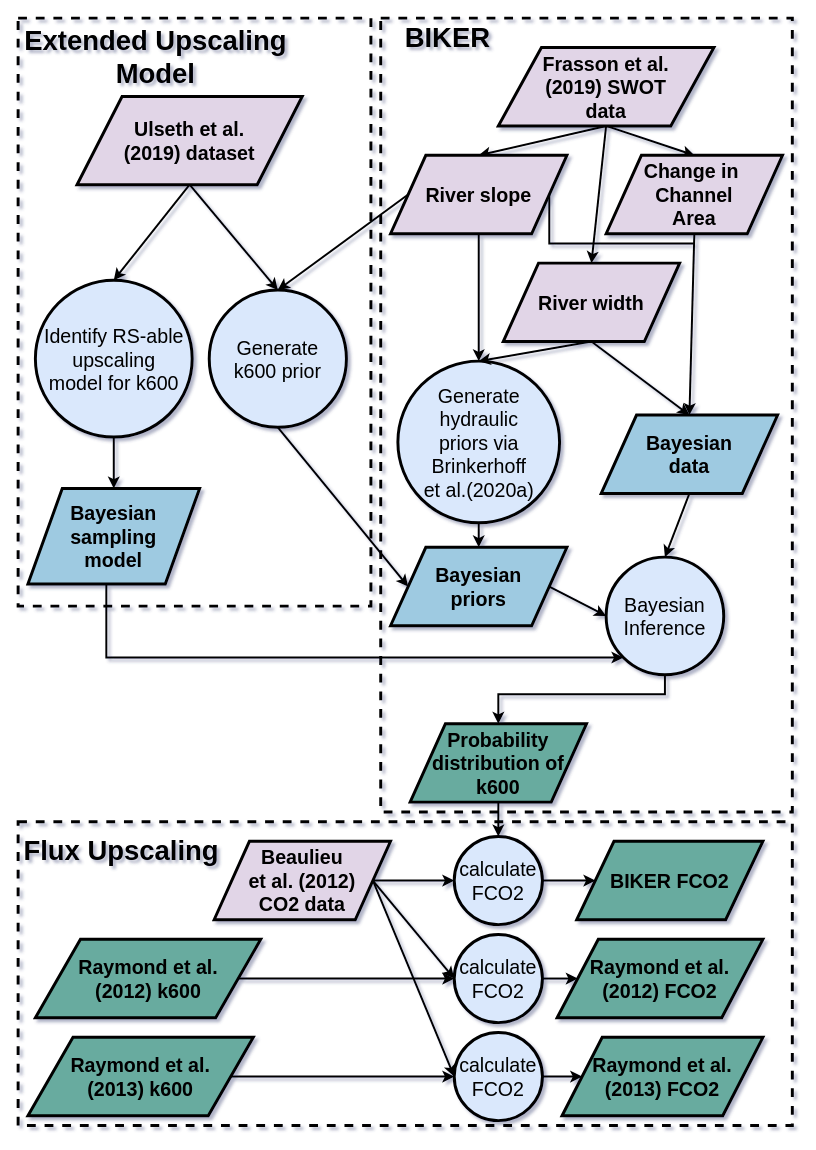
Before: flowchart.drawio in craigbrinkerhoff/RSK600, a draw.io diagram. Source tidied: cells renumbered, new cells numbered last; positions are measured from the earlier drawing's top-left corner, leaving out a move shared by most shapes. Both pictures are drawn from the tidied source at 98%, with x=0, y=0 at pixel (18, 18).
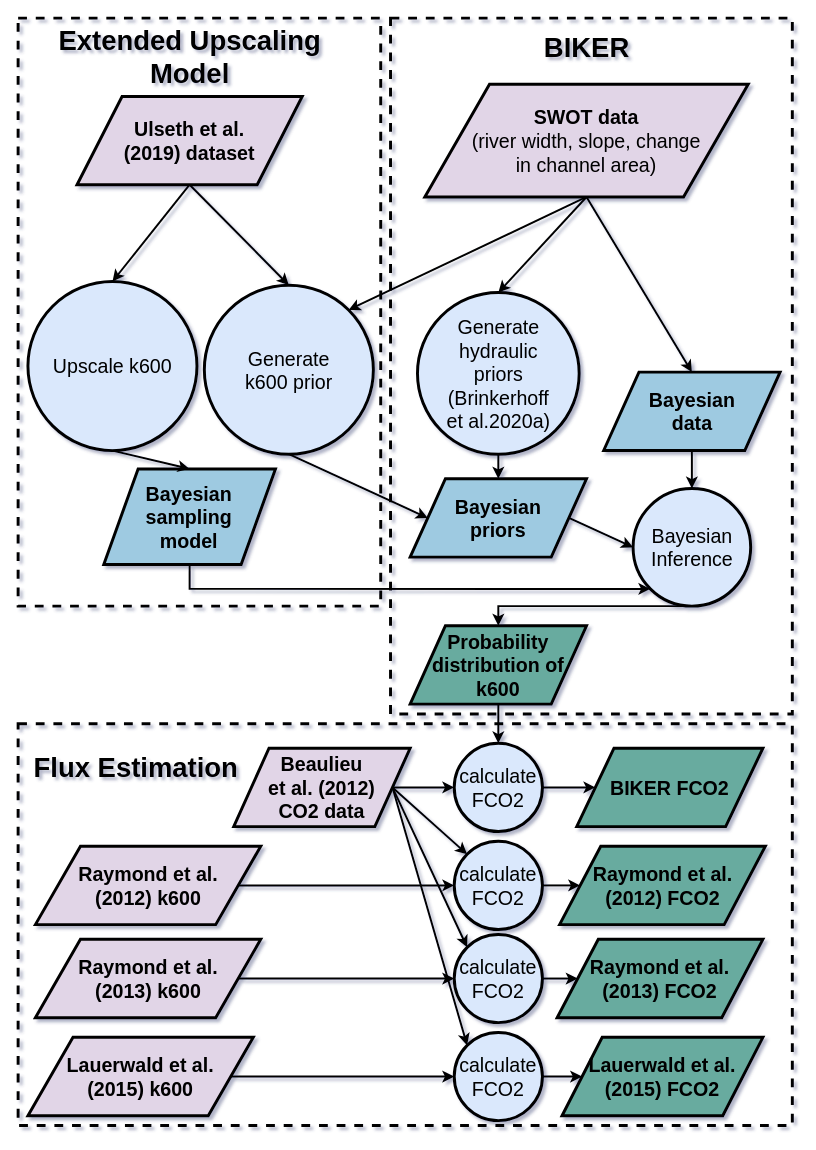
After the change.

The change refers to these unchanged cells:
```xml
<mxCell id="2" value="calculate FCO2" style="ellipse;whiteSpace=wrap;html=1;fontSize=20;strokeWidth=3;fillColor=#dae8fc;strokeColor=#000000;" parent="1" vertex="1">
  <mxGeometry x="445" y="1035" width="90" height="90" as="geometry" />
</mxCell>
<mxCell id="3" value="calculate FCO2" style="ellipse;whiteSpace=wrap;html=1;fontSize=20;strokeWidth=3;fillColor=#dae8fc;strokeColor=#000000;" parent="1" vertex="1">
  <mxGeometry x="445" y="935" width="90" height="90" as="geometry" />
</mxCell>
```

What changed in the source:
```diff
@@
+    <mxCell id="5" style="rounded=0;whiteSpace=wrap;html=1;dashed=1;fillColor=none;strokeWidth=3;" parent="1" vertex="1">
+      <mxGeometry y="720" width="790" height="410" as="geometry" />
+    </mxCell>
@@
     <mxCell id="4" style="rounded=0;whiteSpace=wrap;html=1;dashed=1;fillColor=none;strokeWidth=3;" parent="1" vertex="1">
-      <mxGeometry x="370" width="420" height="810" as="geometry" />
+      <mxGeometry x="380" width="410" height="710" as="geometry" />
     </mxCell>
-    <mxCell id="5" style="rounded=0;whiteSpace=wrap;html=1;dashed=1;fillColor=none;strokeWidth=3;" parent="1" vertex="1">
-      <mxGeometry y="820" width="790" height="310" as="geometry" />
-    </mxCell>
     <mxCell id="6" style="rounded=0;whiteSpace=wrap;html=1;dashed=1;fillColor=none;strokeWidth=3;" parent="1" vertex="1">
-      <mxGeometry width="360" height="600" as="geometry" />
+      <mxGeometry width="370" height="600" as="geometry" />
     </mxCell>
@@
-    <mxCell id="10" style="rounded=0;jettySize=auto;html=1;exitX=0.5;exitY=1;exitDx=0;exitDy=0;entryX=0.5;entryY=0;entryDx=0;entryDy=0;fontSize=20;strokeWidth=2;" parent="1" edge="1" source="11" target="13">
-      <mxGeometry relative="1" as="geometry" />
-    </mxCell>
-    <mxCell id="11" value="Identify RS-able upscaling&lt;br&gt;model for k600" style="ellipse;whiteSpace=wrap;html=1;fontSize=20;strokeWidth=3;fillColor=#dae8fc;strokeColor=#000000;" parent="1" vertex="1">
-      <mxGeometry x="17.6" y="267.5" width="160" height="160" as="geometry" />
-    </mxCell>
     <mxCell id="12" style="edgeStyle=orthogonalEdgeStyle;rounded=0;jettySize=auto;html=1;exitX=0.5;exitY=1;exitDx=0;exitDy=0;entryX=0;entryY=1;entryDx=0;entryDy=0;endArrow=classic;endFill=1;strokeWidth=2;" parent="1" edge="1" source="13" target="30">
       <mxGeometry relative="1" as="geometry">
         <Array as="points">
-          <mxPoint x="90" y="652" />
+          <mxPoint x="175" y="582" />
         </Array>
       </mxGeometry>
     </mxCell>
     <mxCell id="13" value="Bayesian&lt;br&gt;sampling&lt;br&gt;model" style="shape=parallelogram;perimeter=parallelogramPerimeter;whiteSpace=wrap;html=1;strokeColor=#000000;fontSize=20;fontStyle=1;strokeWidth=3;fillColor=#9ECAE1;" parent="1" vertex="1">
-      <mxGeometry x="10" y="480" width="175.2" height="97.5" as="geometry" />
+      <mxGeometry x="87.4" y="460" width="175.2" height="97.5" as="geometry" />
     </mxCell>
-    <mxCell id="14" style="rounded=0;jettySize=auto;html=1;exitX=0.5;exitY=1;exitDx=0;exitDy=0;entryX=0.5;entryY=0;entryDx=0;entryDy=0;strokeWidth=2;" parent="1" edge="1" source="17" target="24">
-      <mxGeometry relative="1" as="geometry" />
-    </mxCell>
-    <mxCell id="15" style="rounded=0;jettySize=auto;html=1;exitX=0.5;exitY=1;exitDx=0;exitDy=0;entryX=0.5;entryY=0;entryDx=0;entryDy=0;strokeWidth=2;" parent="1" edge="1" source="17" target="28">
-      <mxGeometry relative="1" as="geometry" />
-    </mxCell>
-    <mxCell id="16" style="rounded=0;jettySize=auto;html=1;exitX=0.5;exitY=1;exitDx=0;exitDy=0;entryX=0.5;entryY=0;entryDx=0;entryDy=0;strokeWidth=2;" parent="1" edge="1" source="17" target="26">
-      <mxGeometry relative="1" as="geometry" />
-    </mxCell>
+    <mxCell id="58" style="rounded=0;jettySize=auto;html=1;exitX=0.5;exitY=1;exitDx=0;exitDy=0;entryX=0.5;entryY=0;entryDx=0;entryDy=0;endArrow=classic;endFill=1;strokeWidth=2;" parent="1" edge="1" source="17" target="43">
+      <mxGeometry relative="1" as="geometry" />
+    </mxCell>
-    <mxCell id="17" value="&lt;font style=&quot;font-size: 20px&quot;&gt;&lt;b&gt;Frasson et al.&lt;br&gt;(2019) SWOT&lt;br&gt;data&lt;/b&gt;&lt;/font&gt;" style="shape=parallelogram;perimeter=parallelogramPerimeter;whiteSpace=wrap;html=1;strokeWidth=3;fillColor=#e1d5e7;" parent="1" vertex="1">
-      <mxGeometry x="490" y="30" width="220" height="80" as="geometry" />
+    <mxCell id="17" value="&lt;font style=&quot;font-size: 20px&quot;&gt;&lt;b&gt;SWOT&amp;nbsp;&lt;/b&gt;&lt;b&gt;data&lt;/b&gt;&lt;br&gt;(river width, slope, change&lt;br&gt;in channel area)&lt;br&gt;&lt;/font&gt;" style="shape=parallelogram;perimeter=parallelogramPerimeter;whiteSpace=wrap;html=1;strokeWidth=3;fillColor=#e1d5e7;" parent="1" vertex="1">
+      <mxGeometry x="415" y="67.5" width="330" height="115" as="geometry" />
     </mxCell>
     <mxCell id="18" value="&lt;font style=&quot;font-size: 28px&quot;&gt;&lt;b&gt;BIKER&lt;/b&gt;&lt;/font&gt;" style="text;html=1;align=center;verticalAlign=middle;" parent="1" vertex="1">
-      <mxGeometry x="387.5" y="10" width="100" height="20" as="geometry" />
+      <mxGeometry x="530" y="20" width="100" height="20" as="geometry" />
     </mxCell>
     <mxCell id="19" value="&lt;b style=&quot;font-size: 28px&quot;&gt;&lt;font style=&quot;font-size: 28px&quot;&gt;&lt;font style=&quot;font-size: 28px&quot;&gt;Extended Upscaling&lt;br&gt;Model&lt;/font&gt;&lt;/font&gt;&lt;/b&gt;" style="text;html=1;align=center;verticalAlign=middle;" parent="1" vertex="1">
-      <mxGeometry y="20" width="280" height="40" as="geometry" />
+      <mxGeometry x="35" y="20" width="280" height="40" as="geometry" />
     </mxCell>
-    <mxCell id="20" style="edgeStyle=none;rounded=0;jettySize=auto;html=1;exitX=0.5;exitY=1;exitDx=0;exitDy=0;entryX=0.5;entryY=0;entryDx=0;entryDy=0;endArrow=classic;endFill=1;strokeWidth=2;" parent="1" edge="1" target="41">
-      <mxGeometry relative="1" as="geometry">
-        <mxPoint x="490" y="770" as="sourcePoint" />
-      </mxGeometry>
+    <mxCell id="20" style="edgeStyle=none;rounded=0;jettySize=auto;html=1;exitX=0.5;exitY=1;exitDx=0;exitDy=0;entryX=0.5;entryY=0;entryDx=0;entryDy=0;endArrow=classic;endFill=1;strokeWidth=2;" parent="1" edge="1" source="21" target="41">
+      <mxGeometry relative="1" as="geometry" />
     </mxCell>
     <mxCell id="21" value="&lt;span style=&quot;font-size: 20px&quot;&gt;&lt;b&gt;Probability distribution of k600&lt;br&gt;&lt;/b&gt;&lt;/span&gt;" style="shape=parallelogram;perimeter=parallelogramPerimeter;whiteSpace=wrap;html=1;strokeColor=#000000;strokeWidth=3;fillColor=#67AB9F;" parent="1" vertex="1">
-      <mxGeometry x="400" y="720" width="180" height="80" as="geometry" />
+      <mxGeometry x="400" y="620" width="180" height="80" as="geometry" />
     </mxCell>
-    <mxCell id="22" style="rounded=0;jettySize=auto;html=1;exitX=0.5;exitY=1;exitDx=0;exitDy=0;entryX=0.5;entryY=0;entryDx=0;entryDy=0;strokeWidth=2;" parent="1" edge="1" source="24" target="32">
-      <mxGeometry relative="1" as="geometry" />
-    </mxCell>
-    <mxCell id="23" style="edgeStyle=orthogonalEdgeStyle;rounded=0;jettySize=auto;html=1;exitX=1;exitY=0.5;exitDx=0;exitDy=0;endArrow=none;endFill=0;strokeWidth=2;" parent="1" edge="1" source="24">
-      <mxGeometry relative="1" as="geometry">
-        <mxPoint x="690" y="230" as="targetPoint" />
-        <Array as="points">
-          <mxPoint x="542" y="230" />
-        </Array>
-      </mxGeometry>
-    </mxCell>
-    <mxCell id="24" value="&lt;font style=&quot;font-size: 20px&quot;&gt;&lt;b&gt;River slope&lt;/b&gt;&lt;/font&gt;" style="shape=parallelogram;perimeter=parallelogramPerimeter;whiteSpace=wrap;html=1;fillColor=#e1d5e7;strokeColor=#000000;strokeWidth=3;" parent="1" vertex="1">
-      <mxGeometry x="380" y="140" width="180" height="80" as="geometry" />
-    </mxCell>
-    <mxCell id="25" style="edgeStyle=none;rounded=0;jettySize=auto;html=1;exitX=0.5;exitY=1;exitDx=0;exitDy=0;strokeWidth=2;endArrow=none;endFill=0;" parent="1" edge="1" source="43">
-      <mxGeometry relative="1" as="geometry">
-        <mxPoint x="690" y="470" as="targetPoint" />
-      </mxGeometry>
-    </mxCell>
-    <mxCell id="26" value="&lt;font style=&quot;font-size: 20px&quot;&gt;&lt;b&gt;River width&lt;/b&gt;&lt;/font&gt;" style="shape=parallelogram;perimeter=parallelogramPerimeter;whiteSpace=wrap;html=1;fillColor=#e1d5e7;strokeColor=#000000;strokeWidth=3;" parent="1" vertex="1">
-      <mxGeometry x="495" y="250" width="180" height="80" as="geometry" />
-    </mxCell>
-    <mxCell id="27" value="Generate&lt;br&gt;k600 prior" style="ellipse;whiteSpace=wrap;html=1;fontSize=20;strokeWidth=3;fillColor=#dae8fc;strokeColor=#000000;" parent="1" vertex="1">
-      <mxGeometry x="195" y="277.5" width="140" height="140" as="geometry" />
-    </mxCell>
-    <mxCell id="28" value="&lt;span style=&quot;font-size: 20px&quot;&gt;&lt;b&gt;Change in&amp;nbsp;&lt;br&gt;Channel&lt;br&gt;Area&lt;/b&gt;&lt;/span&gt;" style="shape=parallelogram;perimeter=parallelogramPerimeter;whiteSpace=wrap;html=1;fillColor=#e1d5e7;strokeColor=#000000;strokeWidth=3;" parent="1" vertex="1">
-      <mxGeometry x="600" y="140" width="180" height="80" as="geometry" />
-    </mxCell>
-    <mxCell id="29" style="edgeStyle=orthogonalEdgeStyle;rounded=0;jettySize=auto;html=1;exitX=0.5;exitY=1;exitDx=0;exitDy=0;strokeWidth=2;entryX=0.5;entryY=0;entryDx=0;entryDy=0;" parent="1" edge="1" source="30" target="21">
+    <mxCell id="29" style="edgeStyle=orthogonalEdgeStyle;rounded=0;jettySize=auto;html=1;exitX=0.5;exitY=1;exitDx=0;exitDy=0;entryX=0.5;entryY=0;entryDx=0;entryDy=0;strokeWidth=2;" parent="1" edge="1" source="30" target="21">
       <mxGeometry relative="1" as="geometry">
         <Array as="points">
-          <mxPoint x="660" y="690" />
-          <mxPoint x="490" y="690" />
+          <mxPoint x="490" y="600" />
         </Array>
       </mxGeometry>
     </mxCell>
     <mxCell id="30" value="&lt;font style=&quot;font-size: 20px&quot;&gt;Bayesian Inference&lt;/font&gt;" style="ellipse;whiteSpace=wrap;html=1;fontSize=20;strokeWidth=3;fillColor=#dae8fc;strokeColor=#000000;" parent="1" vertex="1">
-      <mxGeometry x="600" y="550" width="120" height="120" as="geometry" />
+      <mxGeometry x="627.5" y="480" width="120" height="120" as="geometry" />
     </mxCell>
@@
-    <mxCell id="32" value="Generate hydraulic&lt;br&gt;priors via Brinkerhoff&lt;br&gt;et al.(2020a)" style="ellipse;whiteSpace=wrap;html=1;fontSize=20;strokeWidth=3;fillColor=#dae8fc;strokeColor=#000000;" parent="1" vertex="1">
-      <mxGeometry x="387.5" y="350" width="165" height="165" as="geometry" />
+    <mxCell id="32" value="Generate hydraulic&lt;br&gt;priors&lt;br&gt;(Brinkerhoff&lt;br&gt;et al.2020a)" style="ellipse;whiteSpace=wrap;html=1;fontSize=20;strokeWidth=3;fillColor=#dae8fc;strokeColor=#000000;" parent="1" vertex="1">
+      <mxGeometry x="407.5" y="280" width="165" height="165" as="geometry" />
     </mxCell>
     <mxCell id="33" value="&lt;span style=&quot;font-size: 20px&quot;&gt;&lt;b&gt;Bayesian&lt;br&gt;priors&lt;/b&gt;&lt;/span&gt;" style="shape=parallelogram;perimeter=parallelogramPerimeter;whiteSpace=wrap;html=1;fillColor=#9ecae1;strokeColor=#000000;strokeWidth=3;" parent="1" vertex="1">
-      <mxGeometry x="380" y="540" width="180" height="80" as="geometry" />
+      <mxGeometry x="400" y="470" width="180" height="80" as="geometry" />
     </mxCell>
-    <mxCell id="34" style="rounded=0;jettySize=auto;html=1;exitX=0;exitY=0.5;exitDx=0;exitDy=0;entryX=0.5;entryY=0;entryDx=0;entryDy=0;strokeWidth=2;" parent="1" edge="1" source="24" target="27">
-      <mxGeometry relative="1" as="geometry" />
-    </mxCell>
-    <mxCell id="35" value="&lt;span style=&quot;font-size: 28px&quot;&gt;&lt;b&gt;Flux Upscaling&lt;/b&gt;&lt;/span&gt;" style="text;html=1;align=center;verticalAlign=middle;" parent="1" vertex="1">
-      <mxGeometry y="840" width="210" height="20" as="geometry" />
+    <mxCell id="35" value="&lt;span style=&quot;font-size: 28px&quot;&gt;&lt;b&gt;Flux Estimation&lt;/b&gt;&lt;/span&gt;" style="text;html=1;align=center;verticalAlign=middle;" parent="1" vertex="1">
+      <mxGeometry x="10" y="755" width="220" height="20" as="geometry" />
     </mxCell>
@@
-    <mxCell id="37" style="rounded=0;jettySize=auto;html=1;exitX=1;exitY=0.5;exitDx=0;exitDy=0;entryX=0;entryY=0.5;entryDx=0;entryDy=0;endArrow=classic;endFill=1;strokeWidth=2;" parent="1" edge="1" source="39" target="3">
+    <mxCell id="37" style="rounded=0;jettySize=auto;html=1;exitX=1;exitY=0.5;exitDx=0;exitDy=0;endArrow=classic;endFill=1;strokeWidth=2;entryX=0;entryY=0;entryDx=0;entryDy=0;" parent="1" edge="1" source="39" target="3">
       <mxGeometry relative="1" as="geometry" />
     </mxCell>
-    <mxCell id="38" style="edgeStyle=none;rounded=0;jettySize=auto;html=1;exitX=1;exitY=0.5;exitDx=0;exitDy=0;entryX=0;entryY=0.5;entryDx=0;entryDy=0;endArrow=classic;endFill=1;strokeWidth=2;" parent="1" edge="1" source="39" target="2">
+    <mxCell id="38" style="edgeStyle=none;rounded=0;jettySize=auto;html=1;exitX=1;exitY=0.5;exitDx=0;exitDy=0;entryX=0;entryY=0;entryDx=0;entryDy=0;endArrow=classic;endFill=1;strokeWidth=2;" parent="1" edge="1" source="39" target="2">
       <mxGeometry relative="1" as="geometry" />
     </mxCell>
+    <mxCell id="59" style="rounded=0;jettySize=auto;html=1;exitX=1;exitY=0.5;exitDx=0;exitDy=0;entryX=0;entryY=0;entryDx=0;entryDy=0;strokeWidth=2;" parent="1" edge="1" source="39" target="62">
+      <mxGeometry relative="1" as="geometry" />
+    </mxCell>
     <mxCell id="39" value="&lt;span style=&quot;font-size: 20px&quot;&gt;&lt;b&gt;Beaulieu&lt;br&gt;et al. (2012)&lt;br&gt;CO2 data&lt;/b&gt;&lt;/span&gt;" style="shape=parallelogram;perimeter=parallelogramPerimeter;whiteSpace=wrap;html=1;fillColor=#e1d5e7;strokeColor=#000000;strokeWidth=3;" parent="1" vertex="1">
-      <mxGeometry x="200" y="840" width="180" height="80" as="geometry" />
+      <mxGeometry x="220" y="745" width="180" height="80" as="geometry" />
     </mxCell>
@@
     <mxCell id="41" value="calculate FCO2" style="ellipse;whiteSpace=wrap;html=1;fontSize=20;strokeWidth=3;fillColor=#dae8fc;strokeColor=#000000;" parent="1" vertex="1">
-      <mxGeometry x="445" y="835" width="90" height="90" as="geometry" />
+      <mxGeometry x="445" y="740" width="90" height="90" as="geometry" />
     </mxCell>
@@
     <mxCell id="43" value="&lt;span style=&quot;font-size: 20px&quot;&gt;&lt;b&gt;Bayesian&lt;br&gt;data&lt;/b&gt;&lt;/span&gt;" style="shape=parallelogram;perimeter=parallelogramPerimeter;whiteSpace=wrap;html=1;fillColor=#9ecae1;strokeColor=#000000;strokeWidth=3;" parent="1" vertex="1">
-      <mxGeometry x="595" y="405" width="180" height="80" as="geometry" />
+      <mxGeometry x="597.5" y="361.2" width="180" height="80" as="geometry" />
     </mxCell>
-    <mxCell id="44" style="rounded=0;jettySize=auto;html=1;exitX=0.5;exitY=1;exitDx=0;exitDy=0;strokeWidth=2;entryX=0.5;entryY=0;entryDx=0;entryDy=0;" parent="1" edge="1" source="28" target="43">
-      <mxGeometry relative="1" as="geometry" />
-    </mxCell>
-    <mxCell id="45" style="edgeStyle=none;rounded=0;jettySize=auto;html=1;exitX=0.5;exitY=1;exitDx=0;exitDy=0;strokeWidth=2;endArrow=classic;endFill=1;entryX=0.5;entryY=0;entryDx=0;entryDy=0;" parent="1" edge="1" source="26" target="43">
-      <mxGeometry relative="1" as="geometry" />
-    </mxCell>
@@
     <mxCell id="47" value="&lt;span style=&quot;font-size: 20px&quot;&gt;&lt;b&gt;BIKER FCO2&lt;br&gt;&lt;/b&gt;&lt;/span&gt;" style="shape=parallelogram;perimeter=parallelogramPerimeter;whiteSpace=wrap;html=1;strokeColor=#000000;strokeWidth=3;fillColor=#67AB9F;" parent="1" vertex="1">
-      <mxGeometry x="570" y="840" width="190" height="80" as="geometry" />
+      <mxGeometry x="570" y="745" width="190" height="80" as="geometry" />
     </mxCell>
-    <mxCell id="48" value="&lt;span style=&quot;font-size: 20px&quot;&gt;&lt;b&gt;Raymond et al. (2013) FCO2&lt;br&gt;&lt;/b&gt;&lt;/span&gt;" style="shape=parallelogram;perimeter=parallelogramPerimeter;whiteSpace=wrap;html=1;strokeColor=#000000;strokeWidth=3;fillColor=#67AB9F;" parent="1" vertex="1">
+    <mxCell id="48" value="&lt;span style=&quot;font-size: 20px&quot;&gt;&lt;b&gt;Lauerwald et al. (2015) FCO2&lt;br&gt;&lt;/b&gt;&lt;/span&gt;" style="shape=parallelogram;perimeter=parallelogramPerimeter;whiteSpace=wrap;html=1;strokeColor=#000000;strokeWidth=3;fillColor=#67AB9F;" parent="1" vertex="1">
       <mxGeometry x="555" y="1040" width="205" height="80" as="geometry" />
     </mxCell>
-    <mxCell id="49" value="&lt;span style=&quot;font-size: 20px&quot;&gt;&lt;b&gt;Raymond et al.&lt;br&gt;(2012) FCO2&lt;br&gt;&lt;/b&gt;&lt;/span&gt;" style="shape=parallelogram;perimeter=parallelogramPerimeter;whiteSpace=wrap;html=1;strokeColor=#000000;strokeWidth=3;fillColor=#67AB9F;" parent="1" vertex="1">
+    <mxCell id="49" value="&lt;span style=&quot;font-size: 20px&quot;&gt;&lt;b&gt;Raymond et al.&lt;br&gt;(2013) FCO2&lt;br&gt;&lt;/b&gt;&lt;/span&gt;" style="shape=parallelogram;perimeter=parallelogramPerimeter;whiteSpace=wrap;html=1;strokeColor=#000000;strokeWidth=3;fillColor=#67AB9F;" parent="1" vertex="1">
       <mxGeometry x="550" y="940" width="210" height="80" as="geometry" />
     </mxCell>
@@
-    <mxCell id="51" style="rounded=0;jettySize=auto;html=1;exitX=0.5;exitY=1;exitDx=0;exitDy=0;entryX=0.5;entryY=0;entryDx=0;entryDy=0;strokeWidth=2;" parent="1" edge="1" source="26" target="32">
+    <mxCell id="51" style="rounded=0;jettySize=auto;html=1;exitX=0.5;exitY=1;exitDx=0;exitDy=0;entryX=0.5;entryY=0;entryDx=0;entryDy=0;strokeWidth=2;" parent="1" edge="1" source="17" target="32">
       <mxGeometry relative="1" as="geometry" />
     </mxCell>
@@
-    <mxCell id="53" value="&lt;span style=&quot;font-size: 20px&quot;&gt;&lt;b&gt;Raymond et al.&lt;br&gt;(2012) k600&lt;/b&gt;&lt;/span&gt;" style="shape=parallelogram;perimeter=parallelogramPerimeter;whiteSpace=wrap;html=1;strokeColor=#000000;strokeWidth=3;fillColor=#67AB9F;" parent="1" vertex="1">
+    <mxCell id="53" value="&lt;span style=&quot;font-size: 20px&quot;&gt;&lt;b&gt;Raymond et al.&lt;br&gt;(2013) k600&lt;/b&gt;&lt;/span&gt;" style="shape=parallelogram;perimeter=parallelogramPerimeter;whiteSpace=wrap;html=1;strokeColor=#000000;strokeWidth=3;fillColor=#E1D5E7;" parent="1" vertex="1">
       <mxGeometry x="17.6" y="940" width="230" height="80" as="geometry" />
     </mxCell>
@@
-    <mxCell id="55" value="&lt;span style=&quot;font-size: 20px&quot;&gt;&lt;b&gt;Raymond et al.&lt;br&gt;(2013) k600&lt;/b&gt;&lt;/span&gt;" style="shape=parallelogram;perimeter=parallelogramPerimeter;whiteSpace=wrap;html=1;strokeColor=#000000;strokeWidth=3;fillColor=#67AB9F;" parent="1" vertex="1">
+    <mxCell id="55" value="&lt;span style=&quot;font-size: 20px&quot;&gt;&lt;b&gt;Lauerwald et al.&lt;br&gt;(2015) k600&lt;/b&gt;&lt;/span&gt;" style="shape=parallelogram;perimeter=parallelogramPerimeter;whiteSpace=wrap;html=1;strokeColor=#000000;strokeWidth=3;fillColor=#E1D5E7;" parent="1" vertex="1">
       <mxGeometry x="10" y="1040" width="230" height="80" as="geometry" />
     </mxCell>
@@
+    <mxCell id="60" style="rounded=0;jettySize=auto;html=1;exitX=0.5;exitY=1;exitDx=0;exitDy=0;entryX=1;entryY=0;entryDx=0;entryDy=0;strokeWidth=2;" parent="1" edge="1" source="17" target="27">
+      <mxGeometry relative="1" as="geometry" />
+    </mxCell>
+    <mxCell id="27" value="Generate&lt;br&gt;k600 prior" style="ellipse;whiteSpace=wrap;html=1;fontSize=20;strokeWidth=3;fillColor=#dae8fc;strokeColor=#000000;" parent="1" vertex="1">
+      <mxGeometry x="190" y="272.5" width="172.5" height="172.5" as="geometry" />
+    </mxCell>
+    <mxCell id="11" value="Upscale k600" style="ellipse;whiteSpace=wrap;html=1;fontSize=20;strokeWidth=3;fillColor=#dae8fc;strokeColor=#000000;" parent="1" vertex="1">
+      <mxGeometry x="10" y="268.8" width="172.5" height="172.5" as="geometry" />
+    </mxCell>
+    <mxCell id="61" style="edgeStyle=orthogonalEdgeStyle;rounded=0;jettySize=auto;html=1;exitX=1;exitY=0.5;exitDx=0;exitDy=0;entryX=0;entryY=0.5;entryDx=0;entryDy=0;strokeWidth=2;" parent="1" edge="1" source="62" target="65">
+      <mxGeometry relative="1" as="geometry" />
+    </mxCell>
+    <mxCell id="62" value="calculate FCO2" style="ellipse;whiteSpace=wrap;html=1;fontSize=20;strokeWidth=3;fillColor=#dae8fc;strokeColor=#000000;" parent="1" vertex="1">
+      <mxGeometry x="445" y="840" width="90" height="90" as="geometry" />
+    </mxCell>
+    <mxCell id="63" style="edgeStyle=none;rounded=0;jettySize=auto;html=1;exitX=1;exitY=0.5;exitDx=0;exitDy=0;entryX=0;entryY=0.5;entryDx=0;entryDy=0;endArrow=classic;endFill=1;strokeWidth=2;" parent="1" edge="1" source="64" target="62">
+      <mxGeometry relative="1" as="geometry" />
+    </mxCell>
+    <mxCell id="64" value="&lt;span style=&quot;font-size: 20px&quot;&gt;&lt;b&gt;Raymond et al.&lt;br&gt;(2012) k600&lt;/b&gt;&lt;/span&gt;" style="shape=parallelogram;perimeter=parallelogramPerimeter;whiteSpace=wrap;html=1;strokeColor=#000000;strokeWidth=3;fillColor=#E1D5E7;" parent="1" vertex="1">
+      <mxGeometry x="17.6" y="845" width="230" height="80" as="geometry" />
+    </mxCell>
+    <mxCell id="65" value="&lt;span style=&quot;font-size: 20px&quot;&gt;&lt;b&gt;Raymond et al.&lt;br&gt;(2012) FCO2&lt;br&gt;&lt;/b&gt;&lt;/span&gt;" style="shape=parallelogram;perimeter=parallelogramPerimeter;whiteSpace=wrap;html=1;strokeColor=#000000;strokeWidth=3;fillColor=#67AB9F;" parent="1" vertex="1">
+      <mxGeometry x="552.5" y="845" width="210" height="80" as="geometry" />
+    </mxCell>
+    <mxCell id="10" style="rounded=0;jettySize=auto;html=1;exitX=0.5;exitY=1;exitDx=0;exitDy=0;entryX=0.5;entryY=0;entryDx=0;entryDy=0;fontSize=20;strokeWidth=2;" parent="1" edge="1" source="11" target="13">
+      <mxGeometry relative="1" as="geometry" />
+    </mxCell>
```
